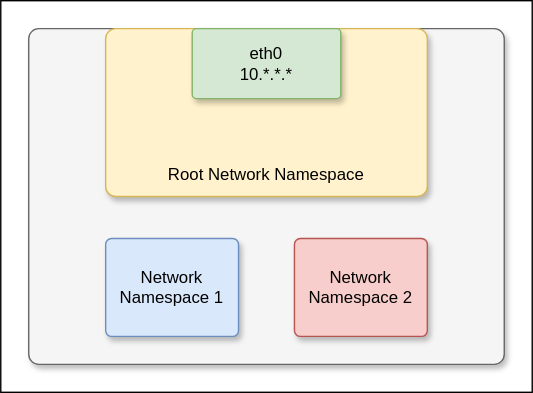
Above: Poridhi Labs/Custom Labs/Kubernetes/Lab 03/images/Networking.drawio.svg in poridhiEng/poridhi-labs (draw.io), before the change. Source tidied: cells renumbered, new cells last; positions are measured from the earlier drawing's top-left corner, leaving out a move shared by most shapes. Source of this version:
```xml
<mxGraphModel>
  <root>
    <mxCell id="0" />
    <mxCell id="1" parent="0" />
    <mxCell id="2" value="w" style="rounded=0;whiteSpace=wrap;html=1;" parent="1" vertex="1">
      <mxGeometry width="380" height="280" as="geometry" />
    </mxCell>
    <mxCell id="3" style="rounded=1;whiteSpace=wrap;html=1;arcSize=3;fillColor=#f5f5f5;fontColor=#333333;strokeColor=#666666;shadow=1;" parent="1" vertex="1">
      <mxGeometry x="20" y="20" width="340" height="240" as="geometry" />
    </mxCell>
    <mxCell id="4" style="rounded=1;whiteSpace=wrap;html=1;arcSize=6;fillColor=#fff2cc;strokeColor=#d6b656;shadow=1;" parent="1" vertex="1">
      <mxGeometry x="75" y="20" width="230" height="120" as="geometry" />
    </mxCell>
    <mxCell id="5" value="Root Network Namespace" style="text;html=1;align=center;verticalAlign=middle;whiteSpace=wrap;rounded=0;" parent="1" vertex="1">
      <mxGeometry x="105" y="110" width="170" height="30" as="geometry" />
    </mxCell>
    <mxCell id="6" value="eth0&lt;div&gt;10.*.*.*&lt;/div&gt;" style="rounded=1;whiteSpace=wrap;html=1;arcSize=6;fillColor=#d5e8d4;strokeColor=#82b366;shadow=1;" parent="1" vertex="1">
      <mxGeometry x="136.9" y="20" width="106.2" height="50" as="geometry" />
    </mxCell>
    <mxCell id="7" value="Network&lt;div&gt;Namespace 1&lt;/div&gt;" style="rounded=1;whiteSpace=wrap;html=1;arcSize=6;fillColor=#dae8fc;strokeColor=#6c8ebf;shadow=1;" parent="1" vertex="1">
      <mxGeometry x="75" y="170" width="95" height="70" as="geometry" />
    </mxCell>
    <mxCell id="8" value="Network&lt;div&gt;Namespace 2&lt;/div&gt;" style="rounded=1;whiteSpace=wrap;html=1;arcSize=6;fillColor=#f8cecc;strokeColor=#b85450;shadow=1;" parent="1" vertex="1">
      <mxGeometry x="210" y="170" width="95" height="70" as="geometry" />
    </mxCell>
  </root>
</mxGraphModel>
```
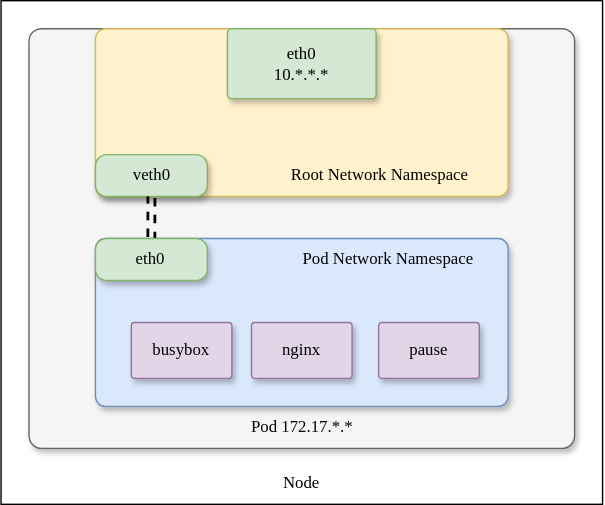
After the commit.

Change to the diagram source:
```diff
@@ -2,26 +2,50 @@
   <root>
     <mxCell id="0" />
     <mxCell id="1" parent="0" />
-    <mxCell id="2" value="w" style="rounded=0;whiteSpace=wrap;html=1;" parent="1" vertex="1">
-      <mxGeometry width="380" height="280" as="geometry" />
+    <mxCell id="2" value="w" style="rounded=0;whiteSpace=wrap;html=1;fontFamily=Verdana;" parent="1" vertex="1">
+      <mxGeometry x="-60" y="350" width="430" height="360" as="geometry" />
     </mxCell>
-    <mxCell id="3" style="rounded=1;whiteSpace=wrap;html=1;arcSize=3;fillColor=#f5f5f5;fontColor=#333333;strokeColor=#666666;shadow=1;" parent="1" vertex="1">
-      <mxGeometry x="20" y="20" width="340" height="240" as="geometry" />
+    <mxCell id="3" style="rounded=1;whiteSpace=wrap;html=1;arcSize=3;fillColor=#f5f5f5;fontColor=#333333;strokeColor=#666666;shadow=1;fontFamily=Verdana;" parent="1" vertex="1">
+      <mxGeometry x="-40" y="370" width="390" height="300" as="geometry" />
     </mxCell>
-    <mxCell id="4" style="rounded=1;whiteSpace=wrap;html=1;arcSize=6;fillColor=#fff2cc;strokeColor=#d6b656;shadow=1;" parent="1" vertex="1">
-      <mxGeometry x="75" y="20" width="230" height="120" as="geometry" />
+    <mxCell id="4" style="rounded=1;whiteSpace=wrap;html=1;arcSize=6;fillColor=#fff2cc;strokeColor=#d6b656;shadow=1;fontFamily=Verdana;" parent="1" vertex="1">
+      <mxGeometry x="7.5" y="370" width="295" height="120" as="geometry" />
     </mxCell>
-    <mxCell id="5" value="Root Network Namespace" style="text;html=1;align=center;verticalAlign=middle;whiteSpace=wrap;rounded=0;" parent="1" vertex="1">
-      <mxGeometry x="105" y="110" width="170" height="30" as="geometry" />
+    <mxCell id="5" value="Root Network Namespace" style="text;html=1;align=center;verticalAlign=middle;whiteSpace=wrap;rounded=0;fontFamily=Verdana;" parent="1" vertex="1">
+      <mxGeometry x="126.2" y="460" width="170" height="30" as="geometry" />
     </mxCell>
-    <mxCell id="6" value="eth0&lt;div&gt;10.*.*.*&lt;/div&gt;" style="rounded=1;whiteSpace=wrap;html=1;arcSize=6;fillColor=#d5e8d4;strokeColor=#82b366;shadow=1;" parent="1" vertex="1">
-      <mxGeometry x="136.9" y="20" width="106.2" height="50" as="geometry" />
+    <mxCell id="6" value="eth0&lt;div&gt;10.*.*.*&lt;/div&gt;" style="rounded=1;whiteSpace=wrap;html=1;arcSize=6;fillColor=#d5e8d4;strokeColor=#82b366;shadow=1;fontFamily=Verdana;" parent="1" vertex="1">
+      <mxGeometry x="101.9" y="370" width="106.2" height="50" as="geometry" />
     </mxCell>
-    <mxCell id="7" value="Network&lt;div&gt;Namespace 1&lt;/div&gt;" style="rounded=1;whiteSpace=wrap;html=1;arcSize=6;fillColor=#dae8fc;strokeColor=#6c8ebf;shadow=1;" parent="1" vertex="1">
-      <mxGeometry x="75" y="170" width="95" height="70" as="geometry" />
+    <mxCell id="7" value="veth0" style="rounded=1;whiteSpace=wrap;html=1;arcSize=27;fillColor=#d5e8d4;strokeColor=#82b366;shadow=1;fontFamily=Verdana;" parent="1" vertex="1">
+      <mxGeometry x="7.5" y="460" width="80" height="30" as="geometry" />
     </mxCell>
-    <mxCell id="8" value="Network&lt;div&gt;Namespace 2&lt;/div&gt;" style="rounded=1;whiteSpace=wrap;html=1;arcSize=6;fillColor=#f8cecc;strokeColor=#b85450;shadow=1;" parent="1" vertex="1">
-      <mxGeometry x="210" y="170" width="95" height="70" as="geometry" />
+    <mxCell id="8" style="rounded=1;whiteSpace=wrap;html=1;arcSize=6;fillColor=#dae8fc;strokeColor=#6c8ebf;shadow=1;fontFamily=Verdana;" parent="1" vertex="1">
+      <mxGeometry x="7.5" y="520" width="295" height="120" as="geometry" />
     </mxCell>
+    <mxCell id="9" value="Pod Network Namespace" style="text;html=1;align=center;verticalAlign=middle;whiteSpace=wrap;rounded=0;fontFamily=Verdana;" parent="1" vertex="1">
+      <mxGeometry x="132.5" y="520" width="170" height="30" as="geometry" />
+    </mxCell>
+    <mxCell id="10" style="edgeStyle=orthogonalEdgeStyle;rounded=0;jettySize=auto;html=1;entryX=0.5;entryY=1;entryDx=0;entryDy=0;shape=link;strokeWidth=2;flowAnimation=1;dashed=1;fontFamily=Verdana;" parent="1" edge="1" source="11" target="7">
+      <mxGeometry relative="1" as="geometry" />
+    </mxCell>
+    <mxCell id="11" value="eth0" style="rounded=1;whiteSpace=wrap;html=1;arcSize=27;fillColor=#d5e8d4;strokeColor=#82b366;shadow=1;fontFamily=Verdana;" parent="1" vertex="1">
+      <mxGeometry x="7.5" y="520" width="80" height="30" as="geometry" />
+    </mxCell>
+    <mxCell id="12" value="busybox" style="rounded=1;whiteSpace=wrap;html=1;arcSize=6;fillColor=#e1d5e7;strokeColor=#9673a6;shadow=1;fontFamily=Verdana;" parent="1" vertex="1">
+      <mxGeometry x="33.1" y="580" width="71.9" height="40" as="geometry" />
+    </mxCell>
+    <mxCell id="13" value="nginx" style="rounded=1;whiteSpace=wrap;html=1;arcSize=6;fillColor=#e1d5e7;strokeColor=#9673a6;shadow=1;fontFamily=Verdana;" parent="1" vertex="1">
+      <mxGeometry x="119.1" y="580" width="71.9" height="40" as="geometry" />
+    </mxCell>
+    <mxCell id="14" value="pause" style="rounded=1;whiteSpace=wrap;html=1;arcSize=6;fillColor=#e1d5e7;strokeColor=#9673a6;shadow=1;fontFamily=Verdana;" parent="1" vertex="1">
+      <mxGeometry x="210" y="580" width="71.9" height="40" as="geometry" />
+    </mxCell>
+    <mxCell id="15" value="Node" style="text;html=1;align=center;verticalAlign=middle;whiteSpace=wrap;rounded=0;fontFamily=Verdana;" parent="1" vertex="1">
+      <mxGeometry x="125" y="680" width="60" height="30" as="geometry" />
+    </mxCell>
+    <mxCell id="16" value="Pod 172.17.*.*" style="text;html=1;align=center;verticalAlign=middle;whiteSpace=wrap;rounded=0;fontFamily=Verdana;" parent="1" vertex="1">
+      <mxGeometry x="102.5" y="640" width="105" height="30" as="geometry" />
+    </mxCell>
   </root>
 </mxGraphModel>
```
